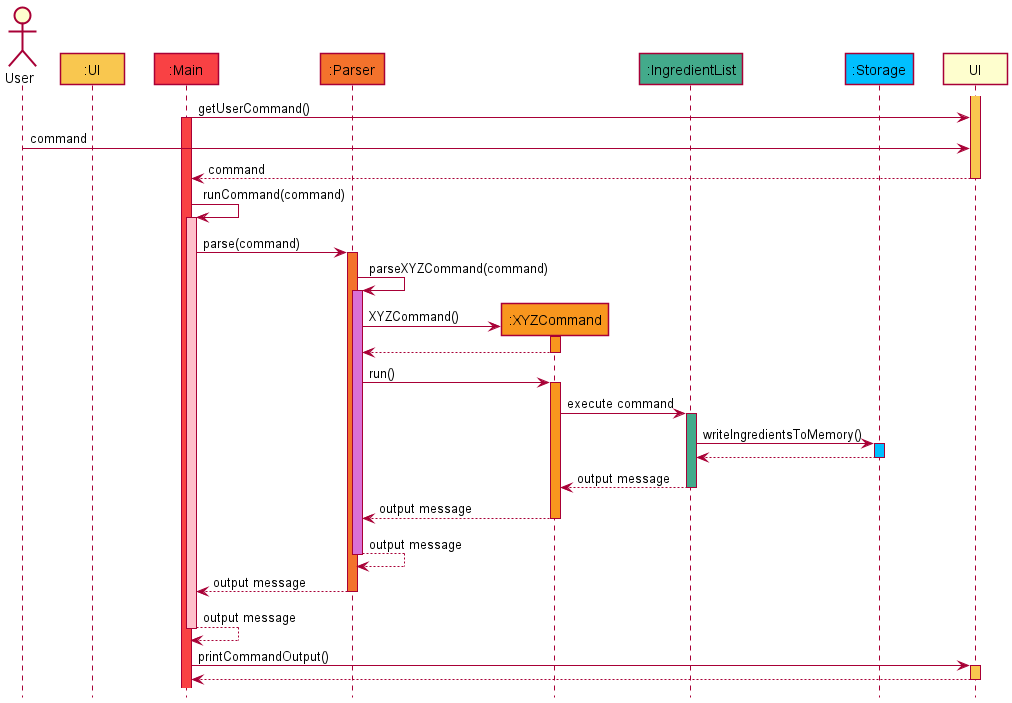
Earlier version of the PlantUML export docs/images/InteractionSeqDiagram.png (nus-cs2113-AY2122S1/tp). The source it was exported from:
```plantuml
@startuml
!include style.puml

skinparam maxMessageSize 150
actor User as U
participant ":UI" UI_COLOUR
participant ":Main" as M MAIN_COLOUR
participant ":Parser" as P PARSER_COLOUR
participant ":XYZCommand" as C COMMAND_COLOUR
participant ":IngredientList" as IL INGREDIENTLIST_COLOUR
participant ":Storage" as S STORAGE_COLOUR

activate UI UI_COLOUR

M -> UI: getUserCommand()
activate M MAIN_COLOUR

U -> UI: command

UI --> M: command
deactivate UI

M -> M: runCommand(command)
activate M #pink

M -> P: parse(command)
activate P PARSER_COLOUR

P -> P: parseXYZCommand(command)
activate P PARSER_COLOUR_S1

P -> C **: XYZCommand()
activate C COMMAND_COLOUR

C --> P
deactivate C

P -> C: run()
activate C COMMAND_COLOUR

C -> IL: execute command
activate IL INGREDIENTLIST_COLOUR

IL -> S: writeIngredientsToMemory()
activate S STORAGE_COLOUR

S --> IL
deactivate S

IL --> C : output message
deactivate IL

C --> P : output message
deactivate C

P --> P : output message
deactivate P

P --> M: output message
deactivate P

M --> M: output message
deactivate M

M -> UI : printCommandOutput()
activate UI UI_COLOUR

UI --> M
deactivate UI

@enduml
```
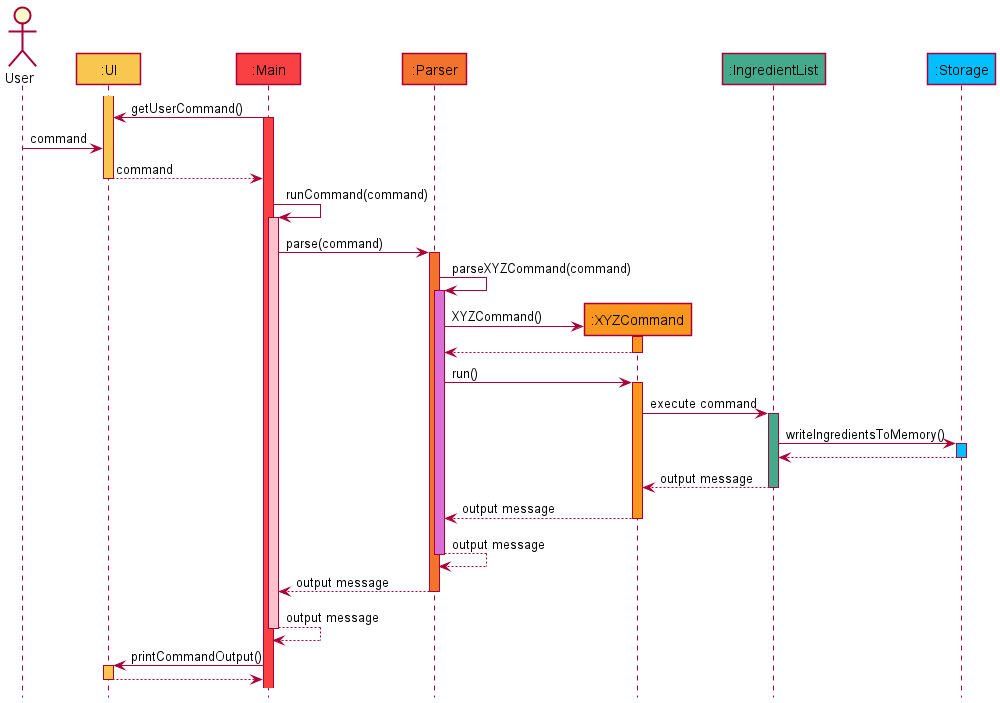
After the commit.

Diff of the diagram source:
```diff
@@ -3,7 +3,7 @@
 
 skinparam maxMessageSize 150
 actor User as U
-participant ":UI" UI_COLOUR
+participant ":UI" as UI UI_COLOUR
 participant ":Main" as M MAIN_COLOUR
 participant ":Parser" as P PARSER_COLOUR
 participant ":XYZCommand" as C COMMAND_COLOUR
```
